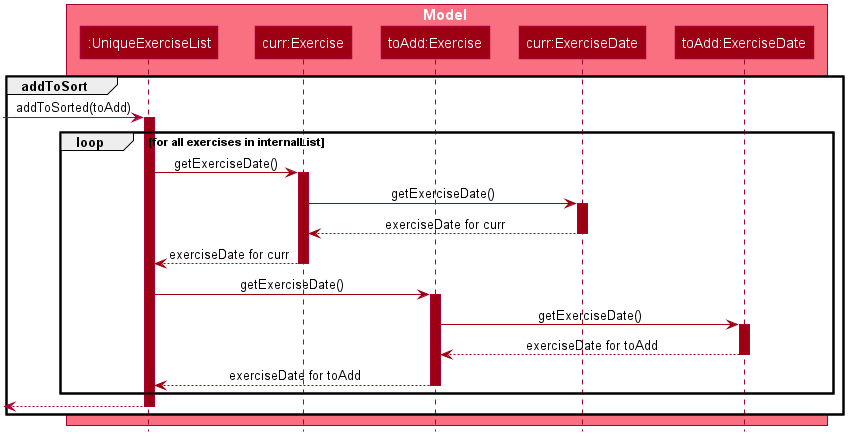
The PlantUML diagram docs/images/AddExerciseCommandSequenceDiagramPart2.png in nus-cs2103-AY1920S2/addressbook-level3, before a commit.
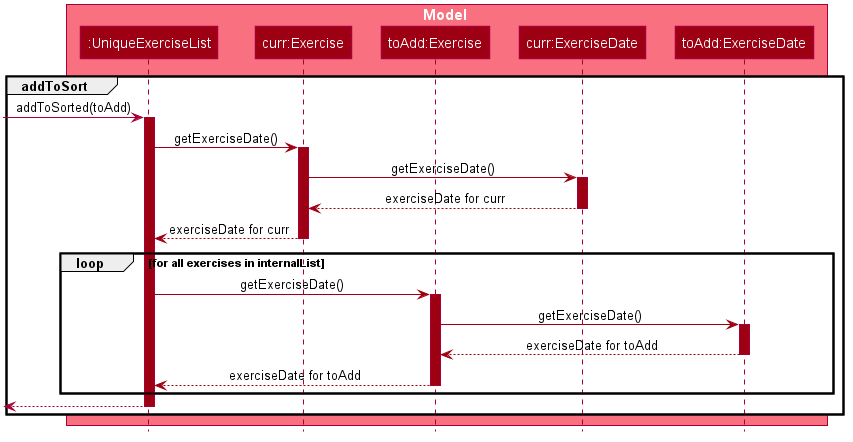
The same diagram one commit later.

What changed in the source:
```diff
@@ -62,19 +62,19 @@
     [-> exerciseList: addToSorted(toAdd)
     activate exerciseList #9D0012
 
-    loop for all exercises in internalList
-
-        exerciseList -[#9D0012]> currExercise :getExerciseDate()
+     exerciseList -[#9D0012]> currExercise :getExerciseDate()
         activate currExercise #9D0012
 
-        currExercise -[#9D0012]> currExerciseDate :getExerciseDate()
-        activate currExerciseDate #9D0012
+    currExercise -[#9D0012]> currExerciseDate :getExerciseDate()
+    activate currExerciseDate #9D0012
 
-        currExerciseDate --[#9D0012]> currExercise : exerciseDate for curr
-        deactivate currExerciseDate
+    currExerciseDate --[#9D0012]> currExercise : exerciseDate for curr
+    deactivate currExerciseDate
 
-        currExercise --[#9D0012]> exerciseList : exerciseDate for curr
-        deactivate currExercise
+    currExercise --[#9D0012]> exerciseList : exerciseDate for curr
+    deactivate currExercise
+
+    loop for all exercises in internalList
 
         exerciseList -[#9D0012]> toAddExercise : getExerciseDate()
         activate toAddExercise #9D0012
```
